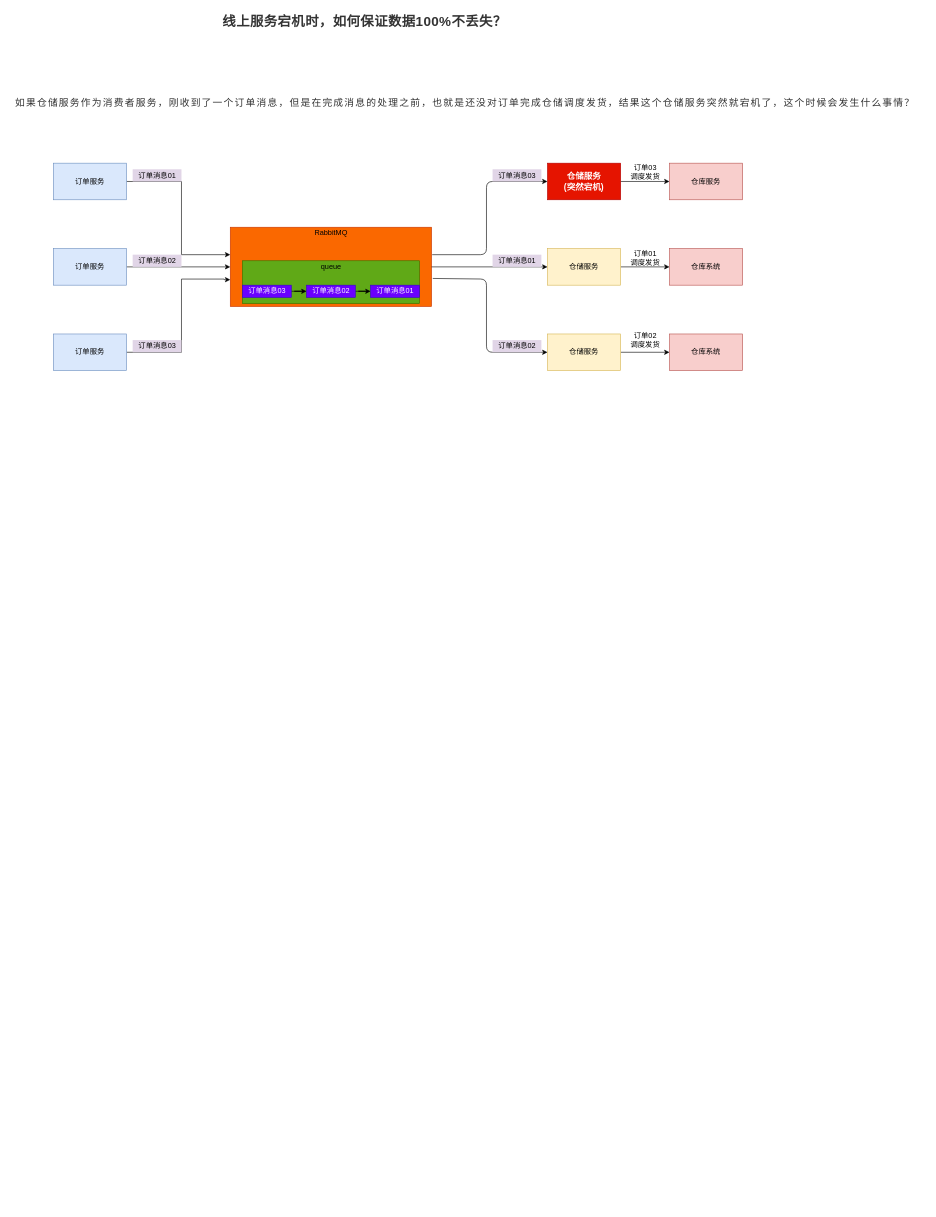
Before: page "RabbitMQ" (8 of 8) of CI/CI/moeed.drawio in liudongdong0909/draw, a draw.io diagram. Source tidied: cells renumbered, new cells numbered last; positions are measured from the earlier drawing's top-left corner, leaving out a move shared by most shapes. Both pictures are drawn from the tidied source at 61%, with x=0, y=0 at pixel (10, 10).
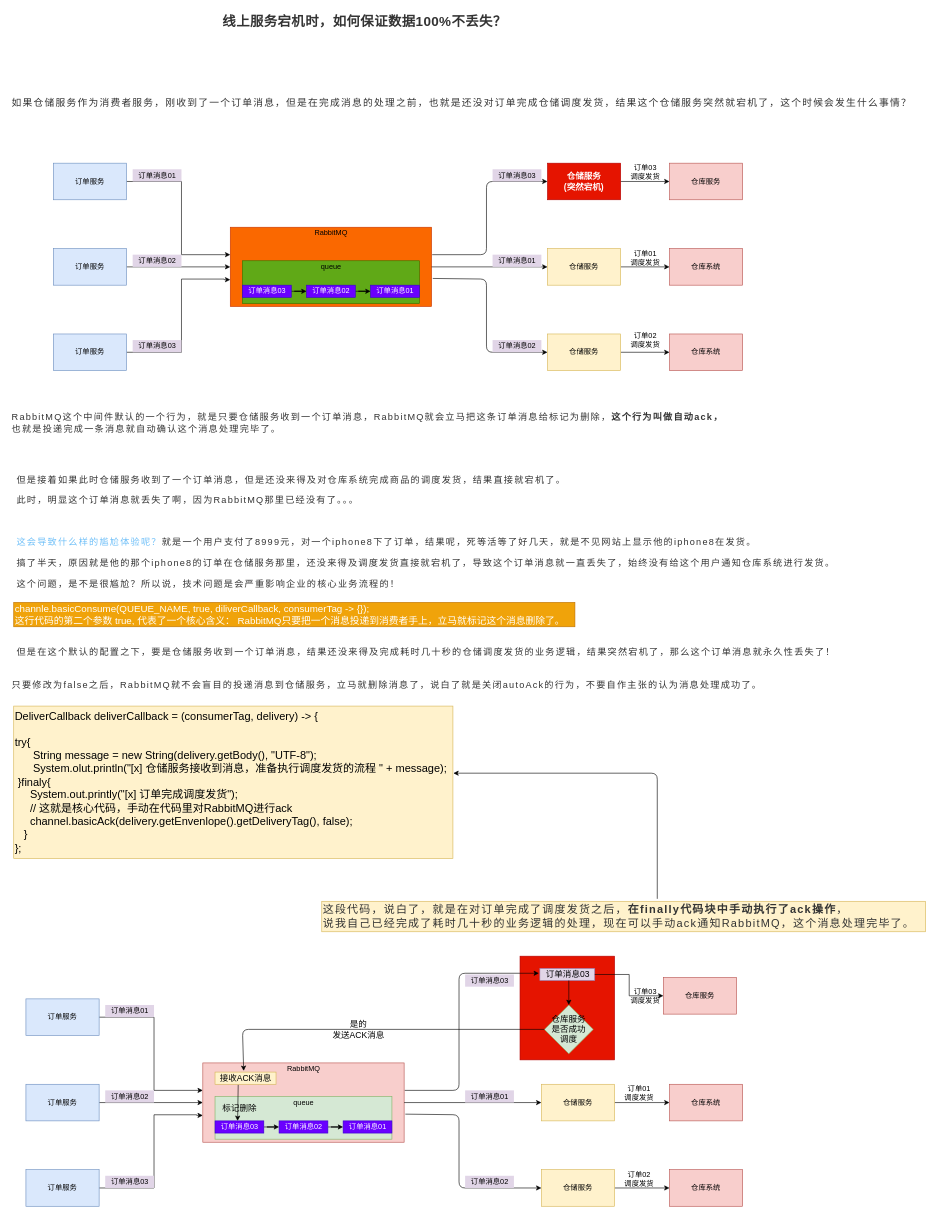
Above is the later version.

The edit, as a diff of the source:
```diff
@@
-    <mxCell id="39" value="&lt;span style=&quot;color: rgb(51, 51, 51); font-size: 16px; letter-spacing: 2px; text-align: justify; background-color: rgb(255, 255, 255);&quot;&gt;如果仓储服务作为消费者服务，刚收到了一个订单消息，但是在完成消息的处理之前，也就是还没对订单完成仓储调度发货，结果这个仓储服务突然就宕机了，这个时候会发生什么事情？&lt;/span&gt;" style="text;html=1;align=center;verticalAlign=middle;fontSize=16;" parent="1" vertex="1">
+    <mxCell id="39" value="&lt;span style=&quot;color: rgb(51, 51, 51); font-size: 16px; letter-spacing: 2px; background-color: rgb(255, 255, 255);&quot;&gt;如果仓储服务作为消费者服务，刚收到了一个订单消息，但是在完成消息的处理之前，也就是还没对订单完成仓储调度发货，结果这个仓储服务突然就宕机了，这个时候会发生什么事情？&lt;/span&gt;" style="text;html=1;align=left;verticalAlign=middle;fontSize=16;" parent="1" vertex="1">
       <mxGeometry y="140" width="1490" height="20" as="geometry" />
     </mxCell>
+    <mxCell id="40" value="&lt;span style=&quot;color: rgb(51, 51, 51); font-size: 15px; letter-spacing: 2px; background-color: rgb(255, 255, 255);&quot;&gt;RabbitMQ这个中间件默认的一个行为，就是只要仓储服务收到一个订单消息，RabbitMQ就会立马把这条订单消息给标记为删除，&lt;/span&gt;&lt;strong style=&quot;margin: 0px; padding: 0px; max-width: 100%; color: rgb(51, 51, 51); font-size: 15px; letter-spacing: 2px; box-sizing: border-box; overflow-wrap: break-word;&quot;&gt;这个行为叫做自动ack，&lt;br&gt;&lt;/strong&gt;&lt;span style=&quot;color: rgb(51, 51, 51); font-size: 15px; letter-spacing: 2px; background-color: rgb(255, 255, 255);&quot;&gt;也就是投递完成一条消息就自动确认这个消息处理完毕了。&lt;/span&gt;" style="text;html=1;align=left;verticalAlign=top;fontSize=16;horizontal=1;" parent="1" vertex="1">
+      <mxGeometry y="650" width="1180" height="50" as="geometry" />
+    </mxCell>
+    <mxCell id="41" value="&lt;p style=&quot;margin: 0px 8px; padding: 0px; max-width: 100%; clear: both; min-height: 1em; color: rgb(51, 51, 51); font-size: 17px; letter-spacing: 0.621714px; line-height: 2em; box-sizing: border-box; overflow-wrap: break-word;&quot;&gt;&lt;span style=&quot;margin: 0px ; padding: 0px ; max-width: 100% ; box-sizing: border-box ; word-wrap: break-word ; font-size: 15px ; letter-spacing: 2px&quot;&gt;但是接着如果此时仓储服务收到了一个订单消息，但是还没来得及对仓库系统完成商品的调度发货，结果直接就宕机了。&lt;/span&gt;&lt;/p&gt;&lt;p style=&quot;margin: 0px 8px; padding: 0px; max-width: 100%; clear: both; min-height: 1em; color: rgb(51, 51, 51); font-size: 17px; letter-spacing: 0.621714px; line-height: 2em; box-sizing: border-box; overflow-wrap: break-word;&quot;&gt;&lt;span style=&quot;margin: 0px ; padding: 0px ; max-width: 100% ; box-sizing: border-box ; word-wrap: break-word ; font-size: 15px ; letter-spacing: 2px&quot;&gt;此时，明显这个订单消息就丢失了啊，因为RabbitMQ那里已经没有了。。。&lt;/span&gt;&lt;/p&gt;" style="text;html=1;align=left;verticalAlign=middle;fontSize=16;" parent="1" vertex="1">
+      <mxGeometry y="745" width="930" height="80" as="geometry" />
+    </mxCell>
+    <mxCell id="42" value="&lt;p style=&quot;margin: 0px 8px ; padding: 0px ; max-width: 100% ; clear: both ; min-height: 1em ; color: rgb(51 , 51 , 51) ; font-size: 17px ; letter-spacing: 0.621714px ; line-height: 2em ; box-sizing: border-box ; overflow-wrap: break-word&quot;&gt;&lt;span style=&quot;margin: 0px ; padding: 0px ; max-width: 100% ; box-sizing: border-box ; word-wrap: break-word ; letter-spacing: 2px&quot;&gt;&lt;span style=&quot;margin: 0px ; padding: 0px ; max-width: 100% ; font-size: 15px ; color: rgb(110 , 191 , 248) ; box-sizing: border-box ; overflow-wrap: break-word&quot;&gt;这会导致什么样的尴尬体验呢？&lt;/span&gt;&lt;span style=&quot;margin: 0px ; padding: 0px ; max-width: 100% ; font-size: 15px ; box-sizing: border-box ; overflow-wrap: break-word&quot;&gt;就是一个用户支付了8999元，对一个iphone8下了订单，结果呢，死等活等了好几天，就是不见网站上显示他的iphone8在发货。&lt;/span&gt;&lt;/span&gt;&lt;/p&gt;&lt;p style=&quot;margin: 0px 8px ; padding: 0px ; max-width: 100% ; clear: both ; min-height: 1em ; color: rgb(51 , 51 , 51) ; font-size: 17px ; letter-spacing: 0.621714px ; line-height: 2em ; box-sizing: border-box ; overflow-wrap: break-word&quot;&gt;&lt;span style=&quot;font-size: 15px ; letter-spacing: 2px&quot;&gt;搞了半天，原因就是他的那个iphone8的订单在仓储服务那里，还没来得及调度发货直接就宕机了，导致这个订单消息就一直丢失了，始终没有给这个用户通知仓库系统进行发货。&lt;/span&gt;&lt;br&gt;&lt;/p&gt;&lt;p style=&quot;margin: 0px 8px ; padding: 0px ; max-width: 100% ; clear: both ; min-height: 1em ; color: rgb(51 , 51 , 51) ; font-size: 17px ; letter-spacing: 0.621714px ; line-height: 2em ; box-sizing: border-box ; overflow-wrap: break-word&quot;&gt;&lt;span style=&quot;font-size: 15px ; letter-spacing: 2px&quot;&gt;这个问题，是不是很尴尬？所以说，技术问题是会严重影响企业的核心业务流程的！&lt;/span&gt;&lt;br&gt;&lt;/p&gt;" style="text;html=1;align=left;verticalAlign=middle;fontSize=16;" parent="1" vertex="1">
+      <mxGeometry y="850" width="1370" height="110" as="geometry" />
+    </mxCell>
+    <mxCell id="43" value="channle.basicConsume(QUEUE_NAME, true, diliverCallback, consumerTag -&amp;gt; {});&lt;br&gt;&lt;span style=&quot;text-align: center&quot;&gt;这行代码的第二个参数 true, 代表了一个核心含义： RabbitMQ只要把一个消息投递到消费者手上，立马就标记这个消息删除了。&lt;/span&gt;" style="text;html=1;align=left;verticalAlign=middle;fontSize=16;fillColor=#f0a30a;strokeColor=#BD7000;fontColor=#ffffff;" parent="1" vertex="1">
+      <mxGeometry x="5" y="970" width="920" height="40" as="geometry" />
+    </mxCell>
+    <mxCell id="44" value="&lt;p style=&quot;margin: 0px 8px; padding: 0px; max-width: 100%; clear: both; min-height: 1em; color: rgb(51, 51, 51); font-size: 17px; letter-spacing: 0.621714px; line-height: 2em; box-sizing: border-box; overflow-wrap: break-word;&quot;&gt;&lt;span style=&quot;margin: 0px ; padding: 0px ; max-width: 100% ; box-sizing: border-box ; word-wrap: break-word ; letter-spacing: 2px ; font-size: 15px&quot;&gt;但是在这个默认的配置之下，要是仓储服务收到一个订单消息，结果还没来得及完成耗时几十秒的仓储调度发货的业务逻辑，结果突然宕机了，那么这个订单消息就永久性丢失了！&lt;/span&gt;&lt;/p&gt;&lt;div&gt;&lt;span style=&quot;margin: 0px ; padding: 0px ; max-width: 100% ; box-sizing: border-box ; word-wrap: break-word ; letter-spacing: 2px ; font-size: 15px&quot;&gt;&lt;br&gt;&lt;/span&gt;&lt;/div&gt;" style="text;html=1;align=left;verticalAlign=middle;fontSize=16;" parent="1" vertex="1">
+      <mxGeometry y="1030" width="1370" height="60" as="geometry" />
+    </mxCell>
+    <mxCell id="45" value="&lt;span style=&quot;color: rgb(51, 51, 51); font-size: 15px; letter-spacing: 2px; background-color: rgb(255, 255, 255);&quot;&gt;只要修改为false之后，RabbitMQ就不会盲目的投递消息到仓储服务，立马就删除消息了，说白了就是关闭autoAck的行为，不要自作主张的认为消息处理成功了。&lt;/span&gt;" style="text;html=1;align=left;verticalAlign=middle;fontSize=16;" parent="1" vertex="1">
+      <mxGeometry y="1090" width="1250" height="30" as="geometry" />
+    </mxCell>
+    <mxCell id="46" value="&lt;span style=&quot;margin: 0px; padding: 0px; max-width: 100%; color: rgb(51, 51, 51); font-size: 18px; letter-spacing: 2px; box-sizing: border-box; overflow-wrap: break-word;&quot;&gt;这段代码，说白了，就是在对订单完成了调度发货之后，&lt;/span&gt;&lt;strong style=&quot;margin: 0px; padding: 0px; max-width: 100%; color: rgb(51, 51, 51); font-size: 18px; letter-spacing: 2px; box-sizing: border-box; overflow-wrap: break-word;&quot;&gt;在finally代码块中手动执行了ack操作&lt;/strong&gt;&lt;span style=&quot;margin: 0px; padding: 0px; max-width: 100%; color: rgb(51, 51, 51); font-size: 18px; letter-spacing: 2px; box-sizing: border-box; overflow-wrap: break-word;&quot;&gt;，&lt;br style=&quot;font-size: 18px;&quot;&gt;说我自己已经完成了耗时几十秒的业务逻辑的处理，现在可以手动ack通知RabbitMQ，这个消息处理完毕了。&lt;/span&gt;" style="text;html=1;align=left;verticalAlign=middle;fontSize=18;fillColor=#fff2cc;strokeColor=#d6b656;" parent="1" vertex="1">
+      <mxGeometry x="510" y="1460" width="990" height="50" as="geometry" />
+    </mxCell>
+    <mxCell id="47" value="DeliverCallback deliverCallback = (consumerTag, delivery) -&amp;gt; {&lt;br style=&quot;font-size: 18px;&quot;&gt;&lt;br style=&quot;font-size: 18px;&quot;&gt;try{&lt;br style=&quot;font-size: 18px;&quot;&gt;&amp;nbsp; &amp;nbsp; &amp;nbsp; String message = new String(delivery.getBody(), &quot;UTF-8&quot;);&lt;br style=&quot;font-size: 18px;&quot;&gt;&amp;nbsp; &amp;nbsp; &amp;nbsp; System.olut.println(&quot;[x] 仓储服务接收到消息，准备执行调度发货的流程 &quot; + message);&lt;br style=&quot;font-size: 18px;&quot;&gt;&amp;nbsp;}finaly{&lt;br style=&quot;font-size: 18px;&quot;&gt;&amp;nbsp; &amp;nbsp; &amp;nbsp;System.out.printly(&quot;[x] 订单完成调度发货&quot;);&lt;br style=&quot;font-size: 18px;&quot;&gt;&amp;nbsp; &amp;nbsp; &amp;nbsp;// 这就是核心代码，手动在代码里对RabbitMQ进行ack&lt;br style=&quot;font-size: 18px;&quot;&gt;&amp;nbsp; &amp;nbsp; &amp;nbsp;channel.basicAck(delivery.getEnvenlope().getDeliveryTag(), false);&lt;br style=&quot;font-size: 18px;&quot;&gt;&amp;nbsp; &amp;nbsp;}&lt;br style=&quot;font-size: 18px;&quot;&gt;};" style="text;html=1;align=left;verticalAlign=middle;points=[];fontSize=18;fillColor=#fff2cc;strokeColor=#d6b656;" parent="1" vertex="1">
+      <mxGeometry x="5" y="1140" width="720" height="250" as="geometry" />
+    </mxCell>
+    <mxCell id="48" style="endArrow=classic;html=1;fontSize=18;entryX=1.001;entryY=0.44;entryDx=0;entryDy=0;entryPerimeter=0;" parent="1" edge="1" target="47">
+      <mxGeometry relative="1" as="geometry">
+        <mxPoint x="1060" y="1456" as="sourcePoint" />
+        <Array as="points">
+          <mxPoint x="1060" y="1250" />
+        </Array>
+      </mxGeometry>
+    </mxCell>
+    <mxCell id="49" style="edgeStyle=orthogonalEdgeStyle;rounded=0;jettySize=auto;html=1;" parent="1" edge="1" source="50">
+      <mxGeometry relative="1" as="geometry">
+        <mxPoint x="315" y="1770" as="targetPoint" />
+        <Array as="points">
+          <mxPoint x="235" y="1650" />
+          <mxPoint x="235" y="1770" />
+          <mxPoint x="311" y="1770" />
+        </Array>
+      </mxGeometry>
+    </mxCell>
+    <mxCell id="50" value="订单服务" style="whiteSpace=wrap;html=1;fillColor=#dae8fc;strokeColor=#6c8ebf;" parent="1" vertex="1">
+      <mxGeometry x="25" y="1620" width="120" height="60" as="geometry" />
+    </mxCell>
+    <mxCell id="51" style="edgeStyle=orthogonalEdgeStyle;rounded=0;jettySize=auto;html=1;entryX=0;entryY=0.5;entryDx=0;entryDy=0;" parent="1" edge="1" source="52" target="55">
+      <mxGeometry relative="1" as="geometry" />
+    </mxCell>
+    <mxCell id="52" value="订单服务" style="whiteSpace=wrap;html=1;fillColor=#dae8fc;strokeColor=#6c8ebf;" parent="1" vertex="1">
+      <mxGeometry x="25" y="1760" width="120" height="60" as="geometry" />
+    </mxCell>
+    <mxCell id="53" style="edgeStyle=orthogonalEdgeStyle;rounded=0;jettySize=auto;html=1;" parent="1" edge="1" source="54" target="55">
+      <mxGeometry relative="1" as="geometry">
+        <Array as="points">
+          <mxPoint x="235" y="1930" />
+          <mxPoint x="235" y="1810" />
+          <mxPoint x="305" y="1810" />
+          <mxPoint x="305" y="1811" />
+        </Array>
+      </mxGeometry>
+    </mxCell>
+    <mxCell id="54" value="订单服务" style="whiteSpace=wrap;html=1;fillColor=#dae8fc;strokeColor=#6c8ebf;" parent="1" vertex="1">
+      <mxGeometry x="25" y="1900" width="120" height="60" as="geometry" />
+    </mxCell>
+    <mxCell id="55" style="whiteSpace=wrap;html=1;fillColor=#f8cecc;strokeColor=#b85450;" parent="1" vertex="1">
+      <mxGeometry x="315" y="1725" width="330" height="130" as="geometry" />
+    </mxCell>
+    <mxCell id="56" value="&lt;b style=&quot;font-size: 14px&quot;&gt;&lt;br&gt;&lt;br&gt;&lt;/b&gt;" style="whiteSpace=wrap;html=1;fillColor=#e51400;strokeColor=#B20000;fontColor=#ffffff;" parent="1" vertex="1">
+      <mxGeometry x="835" y="1550" width="155" height="170" as="geometry" />
+    </mxCell>
+    <mxCell id="57" style="edgeStyle=orthogonalEdgeStyle;rounded=0;jettySize=auto;html=1;" parent="1" edge="1" source="58" target="66">
+      <mxGeometry relative="1" as="geometry" />
+    </mxCell>
+    <mxCell id="58" value="仓储服务" style="whiteSpace=wrap;html=1;fillColor=#fff2cc;strokeColor=#d6b656;" parent="1" vertex="1">
+      <mxGeometry x="870" y="1760" width="120" height="60" as="geometry" />
+    </mxCell>
+    <mxCell id="59" style="edgeStyle=orthogonalEdgeStyle;rounded=0;jettySize=auto;html=1;" parent="1" edge="1" source="60" target="64">
+      <mxGeometry relative="1" as="geometry" />
+    </mxCell>
+    <mxCell id="60" value="仓储服务" style="whiteSpace=wrap;html=1;fillColor=#fff2cc;strokeColor=#d6b656;" parent="1" vertex="1">
+      <mxGeometry x="870" y="1900" width="120" height="60" as="geometry" />
+    </mxCell>
+    <mxCell id="61" style="endArrow=classic;html=1;entryX=-0.017;entryY=0.4;entryDx=0;entryDy=0;entryPerimeter=0;" parent="1" edge="1" target="84">
+      <mxGeometry relative="1" as="geometry">
+        <mxPoint x="646" y="1770" as="sourcePoint" />
+        <Array as="points">
+          <mxPoint x="735" y="1770" />
+          <mxPoint x="735" y="1578" />
+        </Array>
+      </mxGeometry>
+    </mxCell>
+    <mxCell id="62" style="endArrow=classic;html=1;exitX=1;exitY=0.5;exitDx=0;exitDy=0;entryX=0;entryY=0.5;entryDx=0;entryDy=0;" parent="1" edge="1" source="55" target="58">
+      <mxGeometry relative="1" as="geometry" />
+    </mxCell>
+    <mxCell id="63" style="endArrow=classic;html=1;entryX=0;entryY=0.5;entryDx=0;entryDy=0;exitX=1.006;exitY=0.646;exitDx=0;exitDy=0;exitPerimeter=0;" parent="1" edge="1" source="55" target="60">
+      <mxGeometry relative="1" as="geometry">
+        <Array as="points">
+          <mxPoint x="735" y="1810" />
+          <mxPoint x="735" y="1930" />
+        </Array>
+      </mxGeometry>
+    </mxCell>
+    <mxCell id="64" value="仓库系统" style="whiteSpace=wrap;html=1;fillColor=#f8cecc;strokeColor=#b85450;" parent="1" vertex="1">
+      <mxGeometry x="1080" y="1900" width="120" height="60" as="geometry" />
+    </mxCell>
+    <mxCell id="65" value="仓库服务" style="whiteSpace=wrap;html=1;fillColor=#f8cecc;strokeColor=#b85450;" parent="1" vertex="1">
+      <mxGeometry x="1070" y="1585" width="120" height="60" as="geometry" />
+    </mxCell>
+    <mxCell id="66" value="仓库系统" style="whiteSpace=wrap;html=1;fillColor=#f8cecc;strokeColor=#b85450;" parent="1" vertex="1">
+      <mxGeometry x="1080" y="1760" width="120" height="60" as="geometry" />
+    </mxCell>
+    <mxCell id="67" value="订单消息01" style="text;html=1;align=center;verticalAlign=middle;fillColor=#e1d5e7;" parent="1" vertex="1">
+      <mxGeometry x="155" y="1630" width="80" height="20" as="geometry" />
+    </mxCell>
+    <mxCell id="68" value="订单消息02" style="text;html=1;align=center;verticalAlign=middle;fillColor=#e1d5e7;" parent="1" vertex="1">
+      <mxGeometry x="155" y="1770" width="80" height="20" as="geometry" />
+    </mxCell>
+    <mxCell id="69" value="订单消息03" style="text;html=1;align=center;verticalAlign=middle;fillColor=#e1d5e7;" parent="1" vertex="1">
+      <mxGeometry x="155" y="1910" width="80" height="20" as="geometry" />
+    </mxCell>
+    <mxCell id="70" value="RabbitMQ" style="text;html=1;align=center;verticalAlign=middle;" parent="1" vertex="1">
+      <mxGeometry x="445" y="1725" width="70" height="20" as="geometry" />
+    </mxCell>
+    <mxCell id="71" style="whiteSpace=wrap;html=1;fillColor=#d5e8d4;strokeColor=#82b366;" parent="1" vertex="1">
+      <mxGeometry x="335" y="1780" width="290" height="70" as="geometry" />
+    </mxCell>
+    <mxCell id="72" value="queue" style="text;html=1;align=center;verticalAlign=middle;" parent="1" vertex="1">
+      <mxGeometry x="455" y="1780" width="50" height="20" as="geometry" />
+    </mxCell>
+    <mxCell id="73" style="edgeStyle=orthogonalEdgeStyle;rounded=0;jettySize=auto;html=1;" parent="1" edge="1" source="74" target="76">
+      <mxGeometry relative="1" as="geometry" />
+    </mxCell>
+    <mxCell id="74" value="订单消息03" style="text;html=1;align=center;verticalAlign=middle;points=[];fillColor=#6a00ff;strokeColor=#3700CC;fontColor=#ffffff;" parent="1" vertex="1">
+      <mxGeometry x="335" y="1820" width="80" height="20" as="geometry" />
+    </mxCell>
+    <mxCell id="75" style="edgeStyle=orthogonalEdgeStyle;rounded=0;jettySize=auto;html=1;" parent="1" edge="1" source="76" target="77">
+      <mxGeometry relative="1" as="geometry" />
+    </mxCell>
+    <mxCell id="76" value="订单消息02" style="text;html=1;align=center;verticalAlign=middle;points=[];fillColor=#6a00ff;strokeColor=#3700CC;fontColor=#ffffff;" parent="1" vertex="1">
+      <mxGeometry x="440" y="1820" width="80" height="20" as="geometry" />
+    </mxCell>
+    <mxCell id="77" value="订单消息01" style="text;html=1;align=center;verticalAlign=middle;points=[];fillColor=#6a00ff;strokeColor=#3700CC;fontColor=#ffffff;" parent="1" vertex="1">
+      <mxGeometry x="545" y="1820" width="80" height="20" as="geometry" />
+    </mxCell>
+    <mxCell id="78" value="订单消息03" style="text;html=1;align=center;verticalAlign=middle;fillColor=#e1d5e7;" parent="1" vertex="1">
+      <mxGeometry x="745" y="1580" width="80" height="20" as="geometry" />
+    </mxCell>
+    <mxCell id="79" value="订单消息01" style="text;html=1;align=center;verticalAlign=middle;fillColor=#e1d5e7;" parent="1" vertex="1">
+      <mxGeometry x="745" y="1770" width="80" height="20" as="geometry" />
+    </mxCell>
+    <mxCell id="80" value="订单消息02" style="text;html=1;align=center;verticalAlign=middle;fillColor=#e1d5e7;" parent="1" vertex="1">
+      <mxGeometry x="745" y="1910" width="80" height="20" as="geometry" />
+    </mxCell>
+    <mxCell id="81" value="订单02&lt;br&gt;调度发货" style="text;html=1;align=center;verticalAlign=middle;" parent="1" vertex="1">
+      <mxGeometry x="1000" y="1900" width="60" height="30" as="geometry" />
+    </mxCell>
+    <mxCell id="82" value="订单01&lt;br&gt;调度发货" style="text;html=1;align=center;verticalAlign=middle;" parent="1" vertex="1">
+      <mxGeometry x="1000" y="1760" width="60" height="30" as="geometry" />
+    </mxCell>
+    <mxCell id="83" value="订单03&lt;br&gt;调度发货" style="text;html=1;align=center;verticalAlign=middle;" parent="1" vertex="1">
+      <mxGeometry x="1010" y="1600" width="60" height="30" as="geometry" />
+    </mxCell>
+    <mxCell id="84" value="订单消息03" style="text;html=1;align=center;verticalAlign=middle;points=[];fontSize=14;fillColor=#e1d5e7;strokeColor=#9673a6;" parent="1" vertex="1">
+      <mxGeometry x="867.5" y="1570" width="90" height="20" as="geometry" />
+    </mxCell>
+    <mxCell id="85" value="仓库服务&lt;br&gt;是否成功&lt;br&gt;调度" style="rhombus;whiteSpace=wrap;html=1;fillColor=#d5e8d4;fontSize=14;align=center;strokeColor=#82b366;" parent="1" vertex="1">
+      <mxGeometry x="875" y="1630" width="80" height="80" as="geometry" />
+    </mxCell>
+    <mxCell id="86" style="endArrow=classic;html=1;fontSize=14;entryX=0.5;entryY=0;entryDx=0;entryDy=0;" parent="1" edge="1" target="85">
+      <mxGeometry relative="1" as="geometry">
+        <mxPoint x="915" y="1590" as="sourcePoint" />
+      </mxGeometry>
+    </mxCell>
+    <mxCell id="87" style="edgeStyle=orthogonalEdgeStyle;rounded=0;jettySize=auto;html=1;" parent="1" edge="1" source="84" target="65">
+      <mxGeometry relative="1" as="geometry">
+        <Array as="points">
+          <mxPoint x="1014" y="1580" />
+          <mxPoint x="1014" y="1615" />
+        </Array>
+      </mxGeometry>
+    </mxCell>
+    <mxCell id="88" style="endArrow=classic;html=1;fontSize=14;entryX=0.47;entryY=-0.1;entryDx=0;entryDy=0;entryPerimeter=0;exitX=0;exitY=0.5;exitDx=0;exitDy=0;" parent="1" edge="1" source="85" target="89">
+      <mxGeometry relative="1" as="geometry">
+        <Array as="points">
+          <mxPoint x="380" y="1670" />
+        </Array>
+      </mxGeometry>
+    </mxCell>
+    <mxCell id="89" value="接收ACK消息" style="text;html=1;align=center;verticalAlign=middle;points=[];fontSize=14;fillColor=#fff2cc;strokeColor=#d6b656;" parent="1" vertex="1">
+      <mxGeometry x="335" y="1740" width="100" height="20" as="geometry" />
+    </mxCell>
+    <mxCell id="90" value="是的&lt;br&gt;发送ACK消息" style="text;html=1;align=center;verticalAlign=middle;fontSize=14;" parent="1" vertex="1">
+      <mxGeometry x="520" y="1650" width="100" height="40" as="geometry" />
+    </mxCell>
+    <mxCell id="91" style="endArrow=classic;html=1;fontSize=14;exitX=0.38;exitY=1.05;exitDx=0;exitDy=0;exitPerimeter=0;" parent="1" edge="1" source="89">
+      <mxGeometry relative="1" as="geometry">
+        <mxPoint x="372" y="1820" as="targetPoint" />
+      </mxGeometry>
+    </mxCell>
+    <mxCell id="92" value="标记删除" style="text;html=1;align=center;verticalAlign=middle;fontSize=14;" parent="1" vertex="1">
+      <mxGeometry x="340" y="1790" width="70" height="20" as="geometry" />
+    </mxCell>
```
